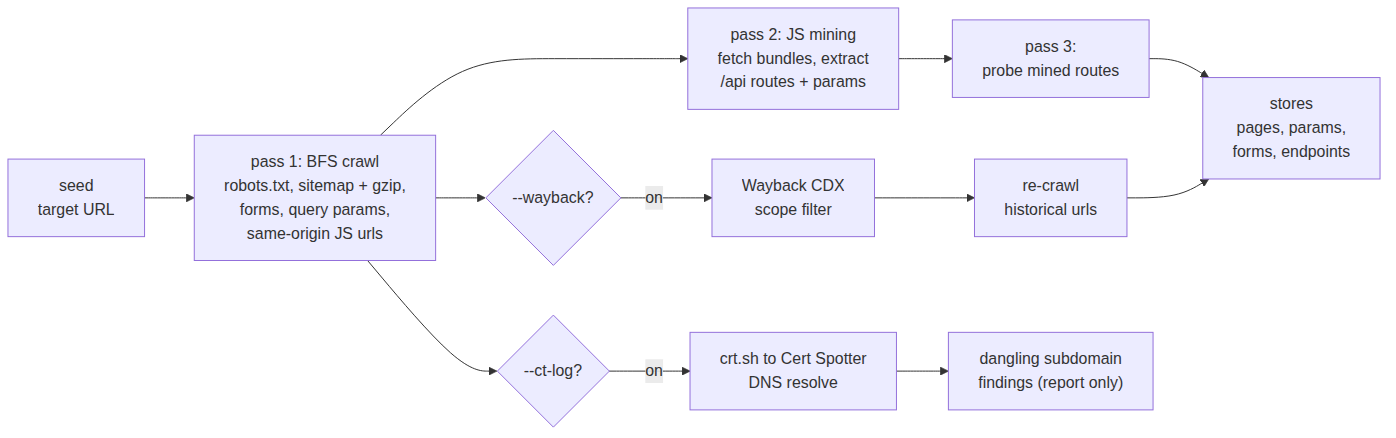
pixie-chan/redqueen keeps this Mermaid diagram as docs/diagrams/02-discovery-engine.png. Above is the earlier version. Its source is kept beside it as docs/diagrams/02-discovery-engine.mmd. Its diagram source:
```mermaid
flowchart LR
    S["seed<br/>target URL"] --> P1["pass 1: BFS crawl<br/>robots.txt, sitemap + gzip,<br/>forms, query params,<br/>same-origin JS urls"]
    P1 --> P2["pass 2: JS mining<br/>fetch bundles, extract<br/>/api routes + params"]
    P2 --> P3["pass 3:<br/>probe mined routes"]
    P1 --> WB{"--wayback?"}
    WB -- "on" --> W1["Wayback CDX<br/>scope filter"] --> P4["re-crawl<br/>historical urls"]
    P1 --> CT{"--ct-log?"}
    CT -- "on" --> C1["crt.sh to Cert Spotter<br/>DNS resolve"]
    C1 --> CF["dangling subdomain<br/>findings (report only)"]
    P3 --> ST["stores<br/>pages, params,<br/>forms, endpoints"]
    P4 --> ST
```
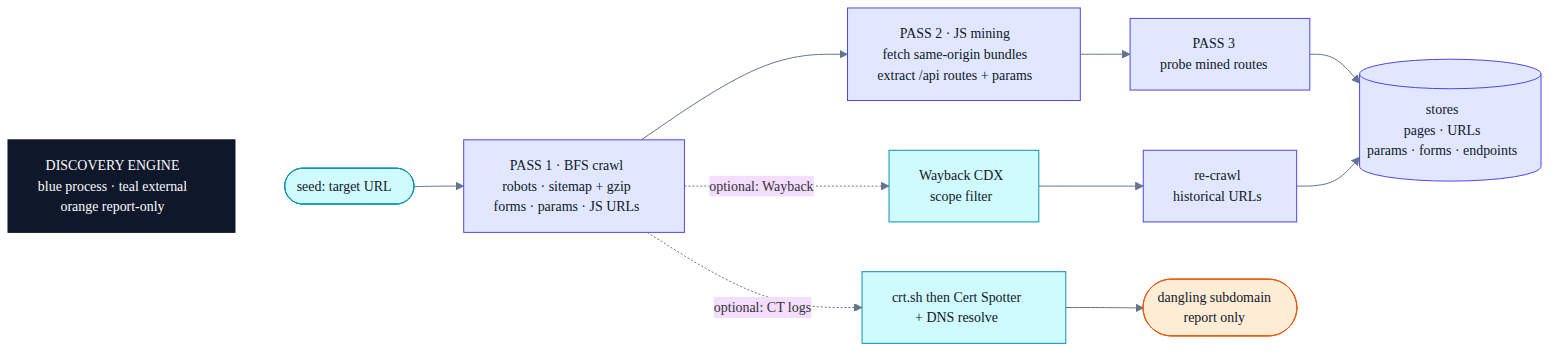
After the change.

Diff of the diagram source:
```diff
@@ -1,11 +1,24 @@
+%%{init: {"theme":"base","themeVariables":{"fontFamily":"DejaVu Sans, Helvetica, sans-serif","fontSize":"14px","lineColor":"#64748b","clusterBkg":"#f8fafc","clusterBorder":"#cbd5e1"}}}%%
 flowchart LR
-    S["seed<br/>target URL"] --> P1["pass 1: BFS crawl<br/>robots.txt, sitemap + gzip,<br/>forms, query params,<br/>same-origin JS urls"]
-    P1 --> P2["pass 2: JS mining<br/>fetch bundles, extract<br/>/api routes + params"]
-    P2 --> P3["pass 3:<br/>probe mined routes"]
-    P1 --> WB{"--wayback?"}
-    WB -- "on" --> W1["Wayback CDX<br/>scope filter"] --> P4["re-crawl<br/>historical urls"]
-    P1 --> CT{"--ct-log?"}
-    CT -- "on" --> C1["crt.sh to Cert Spotter<br/>DNS resolve"]
-    C1 --> CF["dangling subdomain<br/>findings (report only)"]
-    P3 --> ST["stores<br/>pages, params,<br/>forms, endpoints"]
+    T["DISCOVERY ENGINE<br/>blue process · teal external<br/>orange report-only"]:::title ~~~ S(["seed: target URL"]):::ext
+    S --> P1["PASS 1 · BFS crawl<br/>robots · sitemap + gzip<br/>forms · params · JS URLs"]:::engine
+    P1 --> P2["PASS 2 · JS mining<br/>fetch same-origin bundles<br/>extract /api routes + params"]:::engine
+    P2 --> P3["PASS 3<br/>probe mined routes"]:::engine
+    P3 --> ST[("stores<br/>pages · URLs<br/>params · forms · endpoints")]:::engine
+    P1 -.->|"optional: Wayback"| W["Wayback CDX<br/>scope filter"]:::ext
+    W --> P4["re-crawl<br/>historical URLs"]:::engine
     P4 --> ST
+    P1 -.->|"optional: CT logs"| C["crt.sh then Cert Spotter<br/>+ DNS resolve"]:::ext
+    C --> F(["dangling subdomain<br/>report only"]):::warn
+
+    classDef title fill:#0f172a,stroke:#0f172a,color:#f8fafc
+    classDef cli fill:#e0f2fe,stroke:#0284c7,color:#0f172a
+    classDef engine fill:#e0e7ff,stroke:#4f46e5,color:#0f172a
+    classDef gate fill:#fffbeb,stroke:#d97706,color:#0f172a
+    classDef good fill:#dcfce7,stroke:#059669,color:#0f172a
+    classDef bad fill:#ffe4e6,stroke:#e11d48,color:#0f172a
+    classDef warn fill:#ffedd5,stroke:#ea580c,color:#0f172a
+    classDef out fill:#ede9fe,stroke:#7c3aed,color:#0f172a
+    classDef neutral fill:#f1f5f9,stroke:#64748b,color:#0f172a
+    classDef ext fill:#cffafe,stroke:#0891b2,color:#0f172a
+    classDef forbidden fill:#ffe4e6,stroke:#e11d48,color:#0f172a,stroke-dasharray:6 4
```
